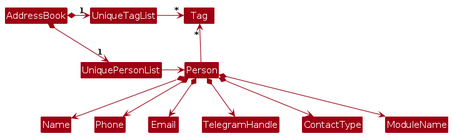
SlothyCat/tp keeps this PlantUML diagram as diagrams/BetterModelClassDiagram.png. Above is the earlier version. Its source is kept beside it as diagrams/BetterModelClassDiagram.puml.
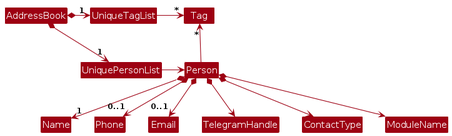
Above is the later version.

What changed in the source:
```diff
@@ -14,9 +14,9 @@
 
 Person -up-> "*" Tag
 
-Person *--> Name
-Person *--> Phone
-Person *--> Email
+Person *--> "1" Name
+Person *--> "0..1" Phone
+Person *--> "0..1" Email
 Person *--> TelegramHandle
 Person *--> ContactType
 Person *--> ModuleName
```
